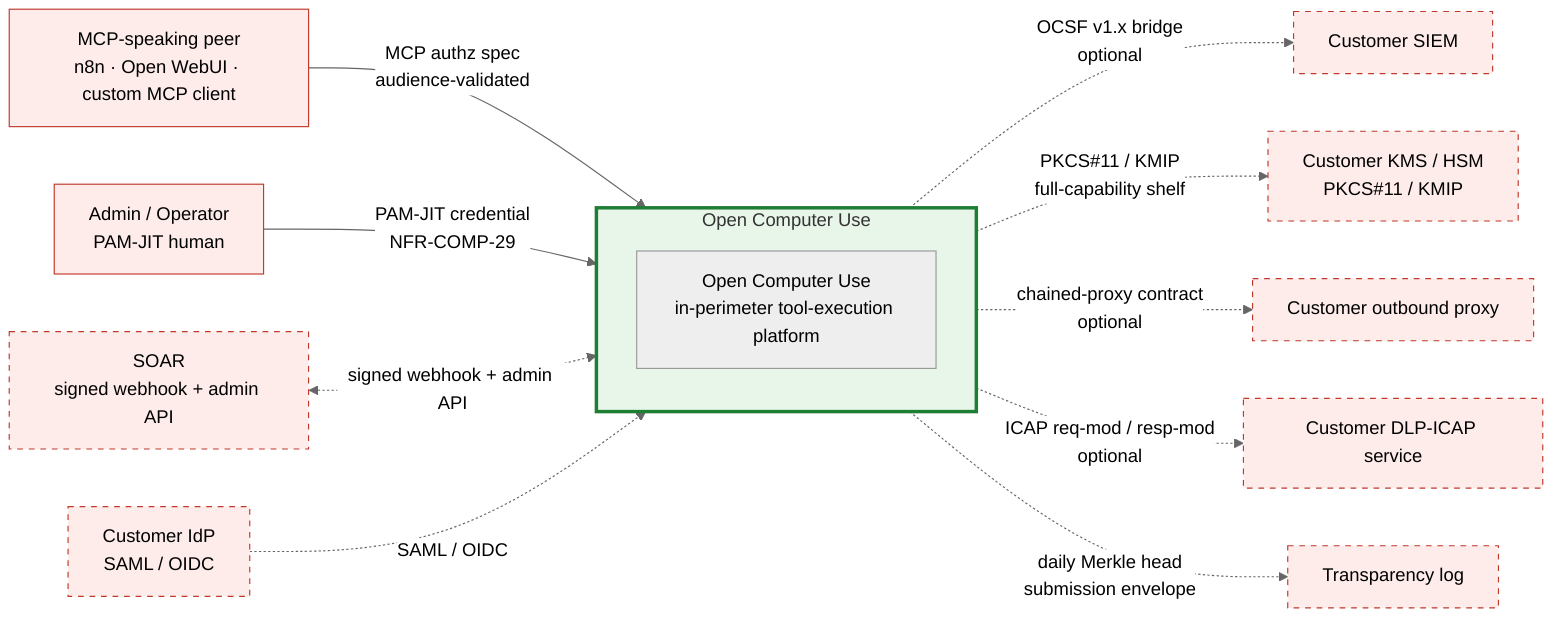
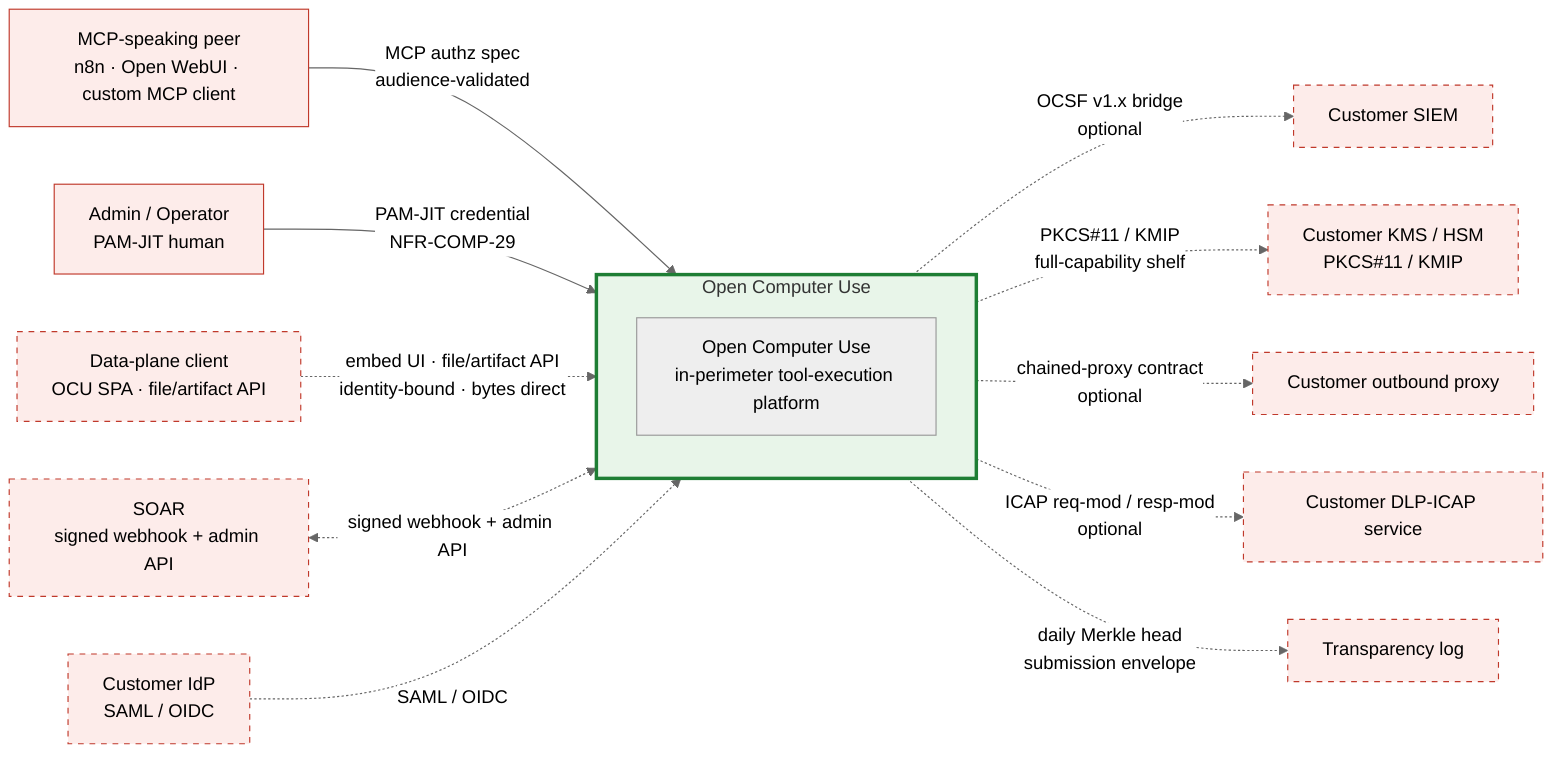
%% SPDX-License-Identifier: FSL-1.1-Apache-2.0
%% Copyright (c) 2025 Open Computer Use Contributors
%% Canonical Layer 4 (C4 Context) diagram. Referenced from docs/architecture/03-c4-context.md.
%% Convention: solid border = present on the minimal-capability shelf; dashed border = not on the minimal shelf by default (per-actor optionality in 03-c4-context.md §4).
%% Palette (project convention): red untrusted / green trusted (amber + blue zones apply at Layer 3 only).

%%{init: {"theme": "neutral"} }%%
flowchart LR

    %% ─── inbound peers (any MCP-speaking caller; REST is a fallback) ───
    PEER[MCP-speaking peer<br/>n8n · Open WebUI · custom MCP client]:::ext
    OPER[Admin / Operator<br/>PAM-JIT human]:::ext
+     FILE[Data-plane client<br/>OCU SPA · file/artifact API]:::extOpt

    %% ─── the system under design ───
    subgraph OCU[Open Computer Use]
        BOX[Open Computer Use<br/>in-perimeter tool-execution platform]
    end

    %% ─── customer infrastructure (full-capability shelf; IdP required there, the rest optional) ───
    IDP[Customer IdP<br/>SAML / OIDC]:::extOpt
    KMS[Customer KMS / HSM<br/>PKCS#11 / KMIP]:::extOpt
    SIEM[Customer SIEM]:::extOpt
    CPROXY[Customer outbound proxy]:::extOpt
    ICAP[Customer DLP-ICAP service]:::extOpt

    %% ─── operations and assurance ───
    SOAR[SOAR<br/>signed webhook + admin API]:::extOpt
    TLOG[Transparency log]:::extOpt

    %% ─── edges ───
    PEER -->|"MCP authz spec<br/>audience-validated"| OCU
    OPER -->|"PAM-JIT credential<br/>NFR-COMP-29"| OCU
+     FILE -.->|"embed UI · file/artifact API<br/>identity-bound · bytes direct"| OCU
    SOAR <-.->|signed webhook + admin API| OCU
    IDP -.->|SAML / OIDC| OCU
    OCU -.->|"OCSF v1.x bridge<br/>optional"| SIEM
    OCU -.->|"PKCS#11 / KMIP<br/>full-capability shelf"| KMS
    OCU -.->|"chained-proxy contract<br/>optional"| CPROXY
    OCU -.->|"ICAP req-mod / resp-mod<br/>optional"| ICAP
    OCU -.->|"daily Merkle head<br/>submission envelope"| TLOG

    %% ─── styling (project palette) ───
    classDef ext fill:#fdecea,stroke:#c0392b,stroke-width:1px;
    classDef extOpt fill:#fdecea,stroke:#c0392b,stroke-dasharray: 5 5;
    style OCU fill:#e8f5e9,stroke:#1e7e34,stroke-width:3px;
